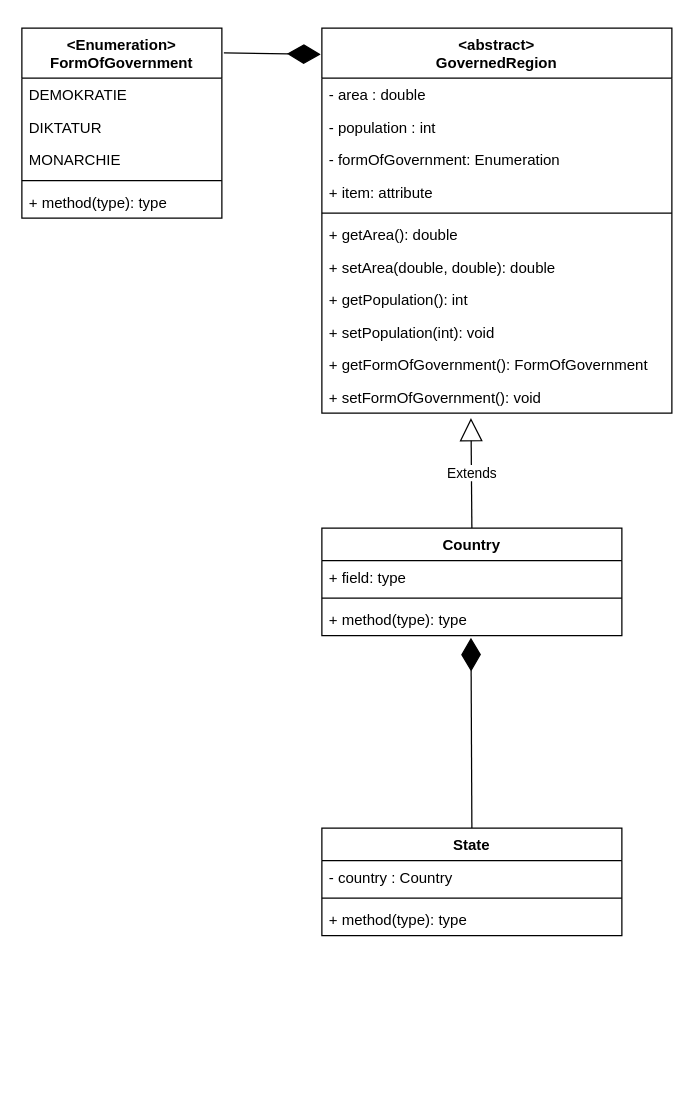
Before: GeographyMiniproject.drawio in Science4tw/GeographyMiniproject, a draw.io diagram. Source tidied: cells renumbered, new cells numbered last; positions are measured from the earlier drawing's top-left corner, leaving out a move shared by most shapes. Both pictures are drawn from the tidied source at 125%, with x=0, y=0 at pixel (21, 28).
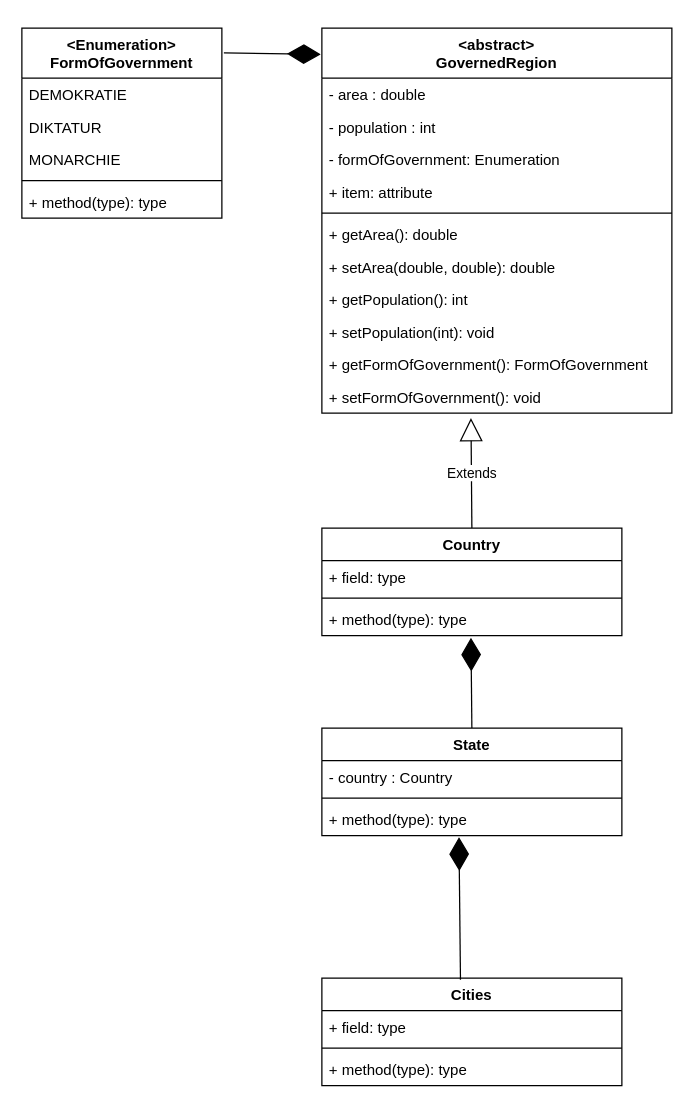
The same diagram, later.

Commit message:
added class cities

Unchanged cells that the change refers to:
```xml
<mxCell id="30" value="+ method(type): type" style="text;strokeColor=none;fillColor=none;align=left;verticalAlign=top;spacingLeft=4;spacingRight=4;overflow=hidden;points=[[0,0.5],[1,0.5]];portConstraint=eastwest;" parent="27" vertex="1">
  <mxGeometry y="60" width="240" height="26" as="geometry" />
</mxCell>
```

The edit, as a diff of the source:
```diff
@@
     <mxCell id="27" value="State" style="swimlane;fontStyle=1;align=center;verticalAlign=top;horizontal=1;startSize=26;" parent="1" vertex="1">
-      <mxGeometry x="240" y="640" width="240" height="86" as="geometry" />
+      <mxGeometry x="240" y="560" width="240" height="86" as="geometry" />
     </mxCell>
@@
+    <mxCell id="31" value="Cities" style="swimlane;fontStyle=1;align=center;verticalAlign=top;horizontal=1;startSize=26;" parent="1" vertex="1">
+      <mxGeometry x="240" y="760" width="240" height="86" as="geometry" />
+    </mxCell>
+    <mxCell id="32" value="+ field: type" style="text;strokeColor=none;fillColor=none;align=left;verticalAlign=top;spacingLeft=4;spacingRight=4;overflow=hidden;" parent="31" vertex="1">
+      <mxGeometry y="26" width="240" height="26" as="geometry" />
+    </mxCell>
+    <mxCell id="33" style="line;strokeWidth=1;fillColor=none;align=left;verticalAlign=middle;spacingTop=-1;spacingLeft=3;spacingRight=3;labelPosition=right;" parent="31" vertex="1">
+      <mxGeometry y="52" width="240" height="8" as="geometry" />
+    </mxCell>
+    <mxCell id="34" value="+ method(type): type" style="text;strokeColor=none;fillColor=none;align=left;verticalAlign=top;spacingLeft=4;spacingRight=4;overflow=hidden;" parent="31" vertex="1">
+      <mxGeometry y="60" width="240" height="26" as="geometry" />
+    </mxCell>
+    <mxCell id="35" style="endArrow=diamondThin;endFill=1;endSize=24;html=1;entryX=0.457;entryY=1.048;entryDx=0;entryDy=0;entryPerimeter=0;exitX=0.462;exitY=0.016;exitDx=0;exitDy=0;exitPerimeter=0;" parent="1" edge="1" source="31" target="30">
+      <mxGeometry relative="1" as="geometry" />
+    </mxCell>
```
